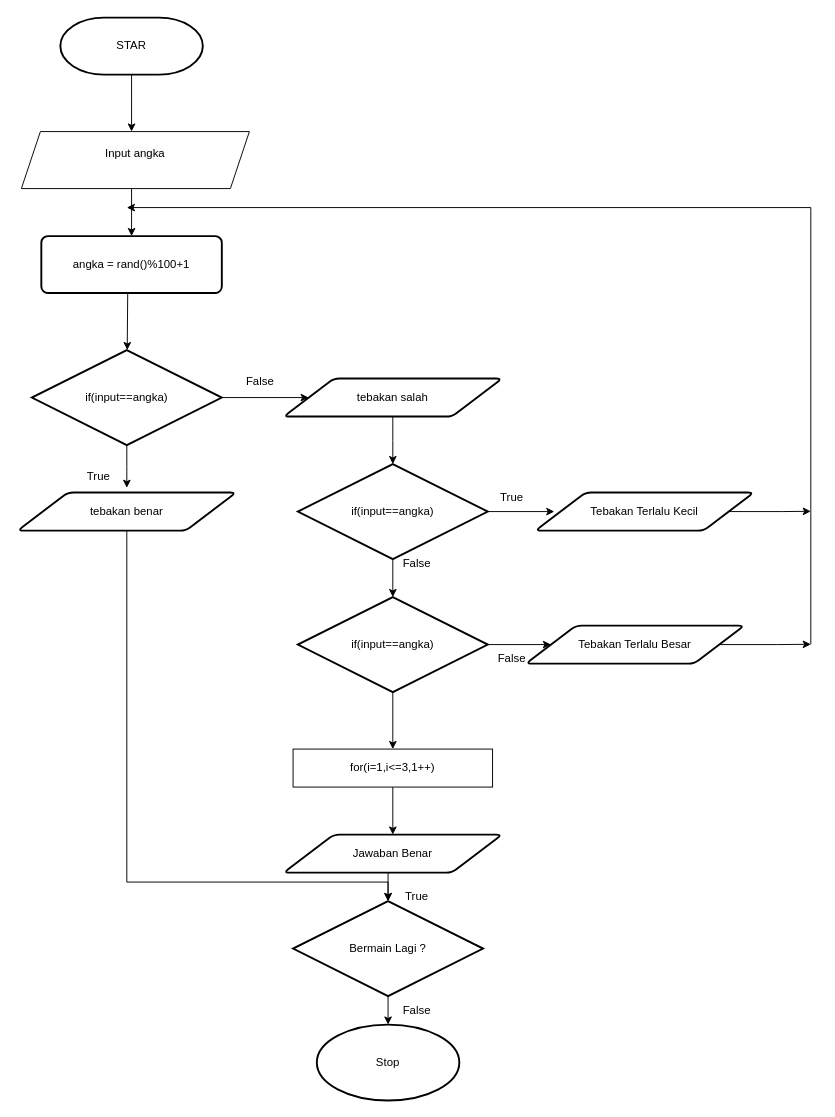
The draw.io diagram Untitled Diagram.drawio in Rasyid-Saputra/Algo_C_23241106, before the edit. Source tidied: cells renumbered, new cells numbered last; positions are measured from the earlier drawing's top-left corner, leaving out a move shared by most shapes. Both pictures are drawn from the tidied source at 95%, with x=0, y=0 at pixel (17, 17).
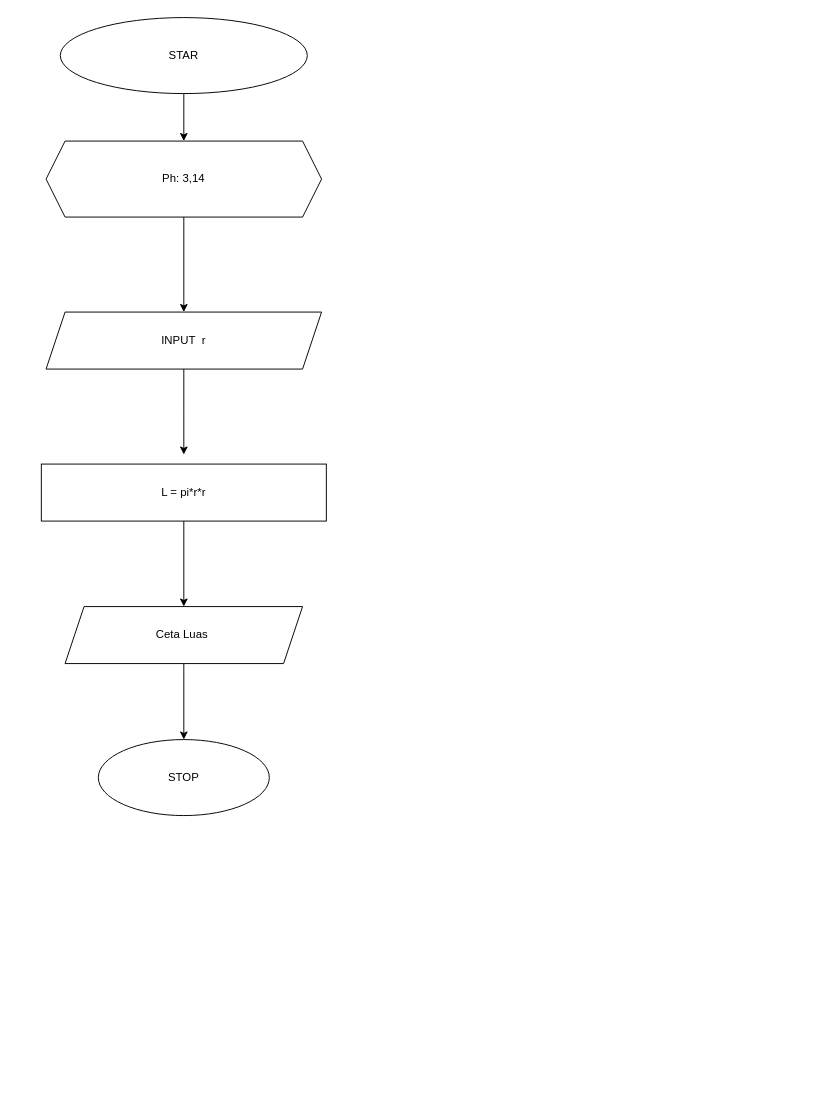
The same page after the edit.

Commit message:
Luas lingkaran

Diff of the diagram source:
```diff
@@
-    <mxCell id="2" style="edgeStyle=orthogonalEdgeStyle;rounded=0;jettySize=auto;html=1;" parent="1" edge="1" source="3">
-      <mxGeometry relative="1" as="geometry">
-        <mxPoint x="120" y="120" as="targetPoint" />
-      </mxGeometry>
-    </mxCell>
+    <mxCell id="40" style="edgeStyle=orthogonalEdgeStyle;rounded=0;jettySize=auto;html=1;" parent="1" edge="1" source="3" target="42">
+      <mxGeometry relative="1" as="geometry" />
+    </mxCell>
-    <mxCell id="3" value="STAR" style="strokeWidth=2;html=1;shape=mxgraph.flowchart.terminator;whiteSpace=wrap;" parent="1" vertex="1">
-      <mxGeometry x="45" width="150" height="60" as="geometry" />
+    <mxCell id="3" value="STAR" style="ellipse;whiteSpace=wrap;html=1;" parent="1" vertex="1">
+      <mxGeometry x="45" width="260" height="80" as="geometry" />
     </mxCell>
-    <mxCell id="4" style="rounded=0;jettySize=auto;html=1;exitX=0.448;exitY=1.06;exitDx=0;exitDy=0;exitPerimeter=0;" parent="1" edge="1" target="7">
-      <mxGeometry relative="1" as="geometry">
-        <mxPoint x="116" y="283" as="sourcePoint" />
-      </mxGeometry>
-    </mxCell>
-    <mxCell id="5" style="edgeStyle=orthogonalEdgeStyle;rounded=0;jettySize=auto;html=1;exitX=1;exitY=0.5;exitDx=0;exitDy=0;exitPerimeter=0;" parent="1" edge="1" source="7" target="9">
-      <mxGeometry relative="1" as="geometry" />
-    </mxCell>
-    <mxCell id="6" style="edgeStyle=orthogonalEdgeStyle;rounded=0;jettySize=auto;html=1;" parent="1" edge="1" source="7">
-      <mxGeometry relative="1" as="geometry">
-        <mxPoint x="115" y="495" as="targetPoint" />
-      </mxGeometry>
-    </mxCell>
-    <mxCell id="7" value="if(input==angka)" style="strokeWidth=2;html=1;shape=mxgraph.flowchart.decision;whiteSpace=wrap;" parent="1" vertex="1">
-      <mxGeometry x="15" y="350" width="200" height="100" as="geometry" />
-    </mxCell>
-    <mxCell id="8" style="edgeStyle=orthogonalEdgeStyle;rounded=0;jettySize=auto;html=1;" parent="1" edge="1" source="9">
-      <mxGeometry relative="1" as="geometry">
-        <mxPoint x="395" y="470" as="targetPoint" />
-      </mxGeometry>
-    </mxCell>
-    <mxCell id="9" value="tebakan salah" style="shape=parallelogram;html=1;strokeWidth=2;perimeter=parallelogramPerimeter;whiteSpace=wrap;rounded=1;arcSize=12;size=0.23;" parent="1" vertex="1">
-      <mxGeometry x="280" y="380" width="230" height="40" as="geometry" />
-    </mxCell>
-    <mxCell id="10" style="rounded=0;orthogonalLoop=1;jettySize=auto;html=1;entryX=0.463;entryY=0;entryDx=0;entryDy=0;entryPerimeter=0;" parent="1" edge="1">
-      <mxGeometry relative="1" as="geometry">
-        <mxPoint x="120" y="180" as="sourcePoint" />
-        <mxPoint x="120" y="230" as="targetPoint" />
-      </mxGeometry>
-    </mxCell>
-    <mxCell id="11" value="angka = rand()%100+1" style="rounded=1;whiteSpace=wrap;html=1;absoluteArcSize=1;arcSize=14;strokeWidth=2;" parent="1" vertex="1">
-      <mxGeometry x="25" y="230" width="190" height="60" as="geometry" />
-    </mxCell>
-    <mxCell id="12" value="&#10;&lt;span style=&quot;color: rgb(0, 0, 0); font-family: Helvetica; font-size: 12px; font-style: normal; font-variant-ligatures: normal; font-variant-caps: normal; font-weight: 400; letter-spacing: normal; orphans: 2; text-align: center; text-indent: 0px; text-transform: none; widows: 2; word-spacing: 0px; -webkit-text-stroke-width: 0px; background-color: rgb(251, 251, 251); text-decoration-thickness: initial; text-decoration-style: initial; text-decoration-color: initial; float: none; display: inline !important;&quot;&gt;Input angka&lt;/span&gt;&#10;&#10;" style="shape=parallelogram;perimeter=parallelogramPerimeter;whiteSpace=wrap;html=1;fixedSize=1;" parent="1" vertex="1">
-      <mxGeometry x="4" y="120" width="240" height="60" as="geometry" />
-    </mxCell>
-    <mxCell id="13" value="False" style="text;html=1;align=center;verticalAlign=middle;strokeColor=none;fillColor=none;" parent="1" vertex="1">
-      <mxGeometry x="230" y="368" width="50" height="30" as="geometry" />
-    </mxCell>
-    <mxCell id="14" style="edgeStyle=orthogonalEdgeStyle;rounded=0;jettySize=auto;html=1;" parent="1" edge="1" source="15" target="36">
-      <mxGeometry relative="1" as="geometry">
-        <Array as="points">
-          <mxPoint x="115" y="910" />
-          <mxPoint x="390" y="910" />
-        </Array>
-      </mxGeometry>
-    </mxCell>
-    <mxCell id="15" value="tebakan benar" style="shape=parallelogram;html=1;strokeWidth=2;perimeter=parallelogramPerimeter;whiteSpace=wrap;rounded=1;arcSize=12;size=0.23;" parent="1" vertex="1">
-      <mxGeometry y="500" width="230" height="40" as="geometry" />
-    </mxCell>
-    <mxCell id="16" value="True" style="text;html=1;align=center;verticalAlign=middle;strokeColor=none;fillColor=none;" parent="1" vertex="1">
-      <mxGeometry x="60" y="468" width="50" height="30" as="geometry" />
-    </mxCell>
-    <mxCell id="17" style="edgeStyle=orthogonalEdgeStyle;rounded=0;jettySize=auto;html=1;" parent="1" edge="1" source="19" target="22">
-      <mxGeometry relative="1" as="geometry" />
-    </mxCell>
-    <mxCell id="18" style="edgeStyle=orthogonalEdgeStyle;rounded=0;jettySize=auto;html=1;exitX=1;exitY=0.5;exitDx=0;exitDy=0;exitPerimeter=0;" parent="1" edge="1" source="19">
-      <mxGeometry relative="1" as="geometry">
-        <mxPoint x="565" y="520" as="targetPoint" />
-      </mxGeometry>
-    </mxCell>
-    <mxCell id="19" value="if(input==angka)" style="strokeWidth=2;html=1;shape=mxgraph.flowchart.decision;whiteSpace=wrap;" parent="1" vertex="1">
-      <mxGeometry x="295" y="470" width="200" height="100" as="geometry" />
-    </mxCell>
-    <mxCell id="20" style="edgeStyle=orthogonalEdgeStyle;rounded=0;jettySize=auto;html=1;" parent="1" edge="1" source="22" target="25">
-      <mxGeometry relative="1" as="geometry" />
-    </mxCell>
-    <mxCell id="21" style="edgeStyle=orthogonalEdgeStyle;rounded=0;jettySize=auto;html=1;exitX=1;exitY=0.5;exitDx=0;exitDy=0;exitPerimeter=0;entryX=0;entryY=0.5;entryDx=0;entryDy=0;" parent="1" edge="1" source="22" target="30">
-      <mxGeometry relative="1" as="geometry" />
-    </mxCell>
-    <mxCell id="22" value="if(input==angka)" style="strokeWidth=2;html=1;shape=mxgraph.flowchart.decision;whiteSpace=wrap;" parent="1" vertex="1">
-      <mxGeometry x="295" y="610" width="200" height="100" as="geometry" />
-    </mxCell>
-    <mxCell id="23" value="Jawaban Benar" style="shape=parallelogram;html=1;strokeWidth=2;perimeter=parallelogramPerimeter;whiteSpace=wrap;rounded=1;arcSize=12;size=0.23;" parent="1" vertex="1">
-      <mxGeometry x="280" y="860" width="230" height="40" as="geometry" />
-    </mxCell>
-    <mxCell id="24" style="edgeStyle=orthogonalEdgeStyle;rounded=0;jettySize=auto;html=1;" parent="1" edge="1" source="25" target="23">
-      <mxGeometry relative="1" as="geometry" />
-    </mxCell>
-    <mxCell id="25" value="for(i=1,i&amp;lt;=3,1++)" style="rounded=0;whiteSpace=wrap;html=1;" parent="1" vertex="1">
-      <mxGeometry x="290" y="770" width="210" height="40" as="geometry" />
-    </mxCell>
-    <mxCell id="26" value="Stop" style="ellipse;whiteSpace=wrap;html=1;strokeWidth=2;rounded=1;arcSize=12;" parent="1" vertex="1">
-      <mxGeometry x="315" y="1060" width="150" height="80" as="geometry" />
-    </mxCell>
-    <mxCell id="27" style="edgeStyle=orthogonalEdgeStyle;rounded=0;jettySize=auto;html=1;exitX=1;exitY=0.5;exitDx=0;exitDy=0;" parent="1" edge="1" source="28">
-      <mxGeometry relative="1" as="geometry">
-        <mxPoint x="835" y="519.7" as="targetPoint" />
-      </mxGeometry>
-    </mxCell>
-    <mxCell id="28" value="Tebakan Terlalu Kecil" style="shape=parallelogram;html=1;strokeWidth=2;perimeter=parallelogramPerimeter;whiteSpace=wrap;rounded=1;arcSize=12;size=0.23;" parent="1" vertex="1">
-      <mxGeometry x="545" y="500" width="230" height="40" as="geometry" />
-    </mxCell>
-    <mxCell id="29" style="edgeStyle=orthogonalEdgeStyle;rounded=0;jettySize=auto;html=1;exitX=1;exitY=0.5;exitDx=0;exitDy=0;" parent="1" edge="1" source="30">
-      <mxGeometry relative="1" as="geometry">
-        <mxPoint x="835" y="659.7" as="targetPoint" />
-      </mxGeometry>
-    </mxCell>
-    <mxCell id="30" value="Tebakan Terlalu Besar" style="shape=parallelogram;html=1;strokeWidth=2;perimeter=parallelogramPerimeter;whiteSpace=wrap;rounded=1;arcSize=12;size=0.23;" parent="1" vertex="1">
-      <mxGeometry x="535" y="640" width="230" height="40" as="geometry" />
-    </mxCell>
-    <mxCell id="31" value="False" style="text;html=1;align=center;verticalAlign=middle;strokeColor=none;fillColor=none;" parent="1" vertex="1">
-      <mxGeometry x="395" y="560" width="50" height="30" as="geometry" />
-    </mxCell>
-    <mxCell id="32" value="True" style="text;html=1;align=center;verticalAlign=middle;strokeColor=none;fillColor=none;" parent="1" vertex="1">
-      <mxGeometry x="495" y="490" width="50" height="30" as="geometry" />
-    </mxCell>
-    <mxCell id="33" value="True" style="text;html=1;align=center;verticalAlign=middle;strokeColor=none;fillColor=none;" parent="1" vertex="1">
-      <mxGeometry x="395" y="910" width="50" height="30" as="geometry" />
-    </mxCell>
-    <mxCell id="34" value="False" style="text;html=1;align=center;verticalAlign=middle;strokeColor=none;fillColor=none;" parent="1" vertex="1">
-      <mxGeometry x="495" y="660" width="50" height="30" as="geometry" />
-    </mxCell>
-    <mxCell id="35" style="edgeStyle=orthogonalEdgeStyle;rounded=0;jettySize=auto;html=1;exitX=0.5;exitY=1;exitDx=0;exitDy=0;exitPerimeter=0;entryX=0.5;entryY=0;entryDx=0;entryDy=0;" parent="1" edge="1" source="36" target="26">
-      <mxGeometry relative="1" as="geometry" />
-    </mxCell>
-    <mxCell id="36" value="Bermain Lagi ?" style="strokeWidth=2;html=1;shape=mxgraph.flowchart.decision;whiteSpace=wrap;" parent="1" vertex="1">
-      <mxGeometry x="290" y="930" width="200" height="100" as="geometry" />
-    </mxCell>
-    <mxCell id="37" style="edgeStyle=orthogonalEdgeStyle;rounded=0;jettySize=auto;html=1;exitX=0.5;exitY=1;exitDx=0;exitDy=0;entryX=0.5;entryY=0;entryDx=0;entryDy=0;entryPerimeter=0;" parent="1" edge="1" source="23" target="36">
-      <mxGeometry relative="1" as="geometry" />
-    </mxCell>
-    <mxCell id="38" value="False" style="text;html=1;align=center;verticalAlign=middle;strokeColor=none;fillColor=none;" parent="1" vertex="1">
-      <mxGeometry x="395" y="1030" width="50" height="30" as="geometry" />
-    </mxCell>
-    <mxCell id="39" style="edgeStyle=orthogonalEdgeStyle;rounded=0;orthogonalLoop=1;jettySize=auto;html=1;" parent="1" edge="1">
-      <mxGeometry relative="1" as="geometry">
-        <mxPoint x="835" y="660" as="sourcePoint" />
-        <mxPoint x="115" y="200" as="targetPoint" />
-        <Array as="points">
-          <mxPoint x="835" y="200" />
-        </Array>
-      </mxGeometry>
-    </mxCell>
+    <mxCell id="41" style="edgeStyle=orthogonalEdgeStyle;rounded=0;jettySize=auto;html=1;" parent="1" edge="1" source="42" target="44">
+      <mxGeometry relative="1" as="geometry" />
+    </mxCell>
+    <mxCell id="42" value="Ph: 3,14" style="shape=hexagon;perimeter=hexagonPerimeter2;whiteSpace=wrap;html=1;fixedSize=1;" parent="1" vertex="1">
+      <mxGeometry x="30" y="130" width="290" height="80" as="geometry" />
+    </mxCell>
+    <mxCell id="43" style="edgeStyle=orthogonalEdgeStyle;rounded=0;jettySize=auto;html=1;exitX=0.5;exitY=1;exitDx=0;exitDy=0;" parent="1" edge="1" source="44">
+      <mxGeometry relative="1" as="geometry">
+        <mxPoint x="175" y="460" as="targetPoint" />
+      </mxGeometry>
+    </mxCell>
+    <mxCell id="44" value="INPUT&amp;nbsp; r" style="shape=parallelogram;perimeter=parallelogramPerimeter;whiteSpace=wrap;html=1;fixedSize=1;" parent="1" vertex="1">
+      <mxGeometry x="30" y="310" width="290" height="60" as="geometry" />
+    </mxCell>
+    <mxCell id="45" style="edgeStyle=orthogonalEdgeStyle;rounded=0;jettySize=auto;html=1;" parent="1" edge="1" source="46" target="48">
+      <mxGeometry relative="1" as="geometry" />
+    </mxCell>
+    <mxCell id="46" value="L = pi*r*r" style="rounded=0;whiteSpace=wrap;html=1;" parent="1" vertex="1">
+      <mxGeometry x="25" y="470" width="300" height="60" as="geometry" />
+    </mxCell>
+    <mxCell id="47" style="edgeStyle=orthogonalEdgeStyle;rounded=0;jettySize=auto;html=1;" parent="1" edge="1" source="48" target="49">
+      <mxGeometry relative="1" as="geometry" />
+    </mxCell>
+    <mxCell id="48" value="Ceta Luas&amp;nbsp;" style="shape=parallelogram;perimeter=parallelogramPerimeter;whiteSpace=wrap;html=1;fixedSize=1;rounded=0;" parent="1" vertex="1">
+      <mxGeometry x="50" y="620" width="250" height="60" as="geometry" />
+    </mxCell>
+    <mxCell id="49" value="STOP" style="ellipse;whiteSpace=wrap;html=1;rounded=0;" parent="1" vertex="1">
+      <mxGeometry x="85" y="760" width="180" height="80" as="geometry" />
+    </mxCell>
```
